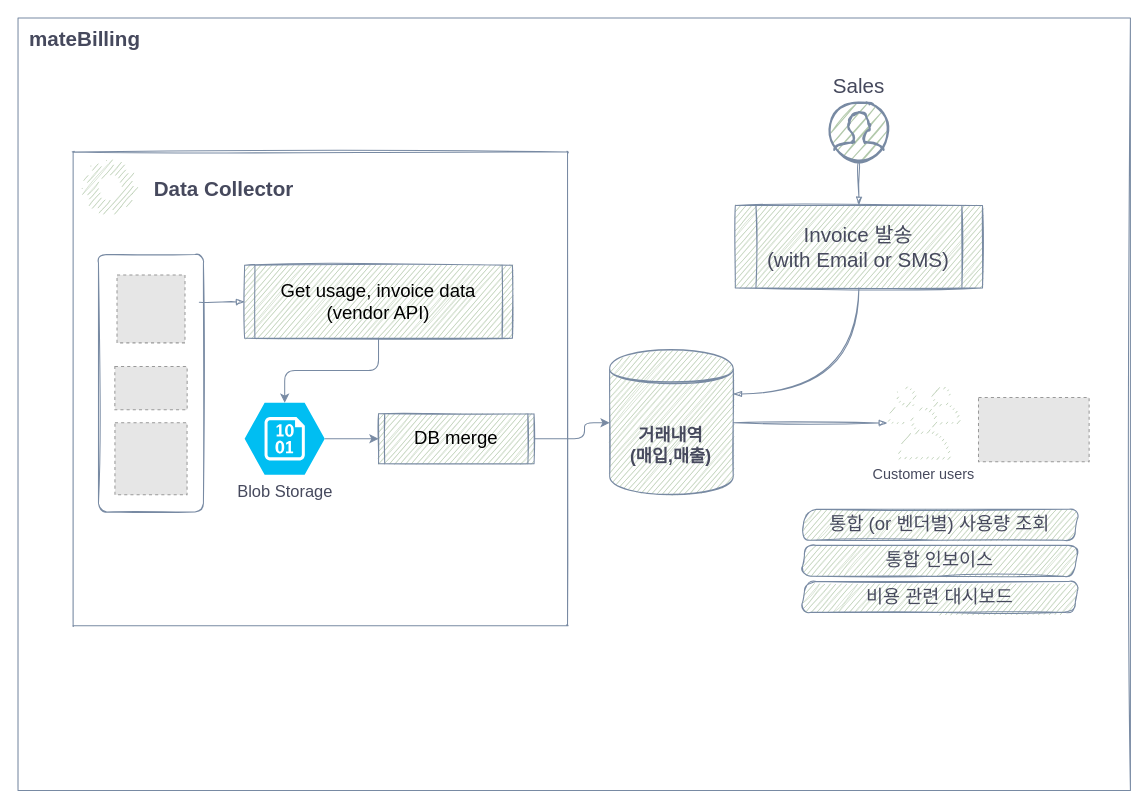
Earlier version of the draw.io diagram page "mateBilling" (3 of 4) of Project List.drawio (rokag3-gb/draw.io). Source tidied: cells renumbered, new cells numbered last; positions are measured from the earlier drawing's top-left corner, leaving out a move shared by most shapes. Both pictures are drawn from the tidied source at 103%, with x=0, y=0 at pixel (18, 18). Pictures stored in the file or linked from it are replaced by grey dashed boxes.
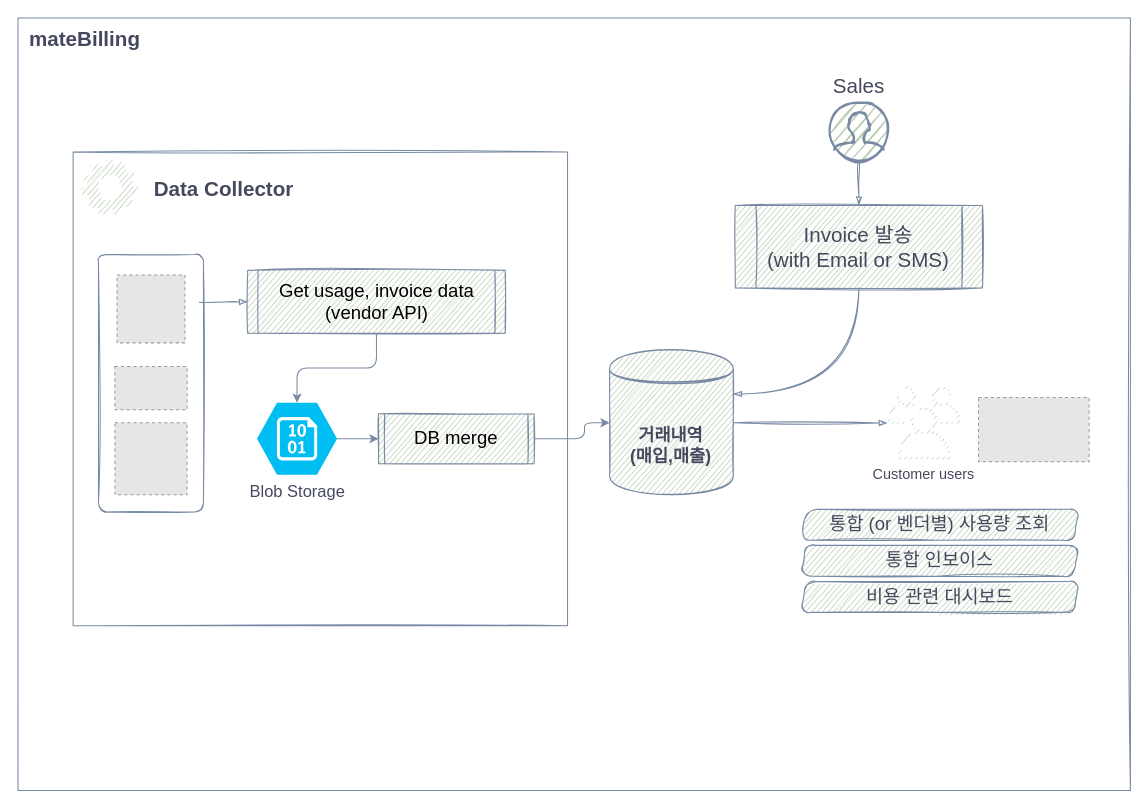
Above is the later version.

Diff of the diagram source:
```diff
@@
-    <mxCell id="15" style="rounded=1;whiteSpace=wrap;html=1;fontSize=20;arcSize=0;fillColor=none;strokeColor=#788AA3;fontColor=#46495D;sketch=1;" parent="1" vertex="1">
+    <mxCell id="15" style="rounded=0;whiteSpace=wrap;html=1;fontSize=20;arcSize=0;fillColor=none;strokeColor=#788AA3;fontColor=#46495D;sketch=1;" parent="1" vertex="1">
       <mxGeometry x="53.5" y="130" width="480" height="460" as="geometry" />
     </mxCell>
@@
     <mxCell id="18" value="&lt;span style=&quot;font-size: 18px;&quot;&gt;Get usage, invoice data&lt;/span&gt;&lt;br style=&quot;font-size: 18px;&quot;&gt;&lt;span style=&quot;font-size: 18px;&quot;&gt;(vendor API)&lt;/span&gt;" style="shape=process;whiteSpace=wrap;html=1;backgroundOutline=1;fontSize=18;size=0.038461538461538464;fillColor=#B2C9AB;strokeColor=#788AA3;fontColor=default;sketch=1;labelBackgroundColor=none;" parent="1" vertex="1">
-      <mxGeometry x="220" y="240" width="260" height="71" as="geometry" />
+      <mxGeometry x="223" y="245" width="250" height="61" as="geometry" />
     </mxCell>
@@
     <mxCell id="23" value="Blob Storage" style="verticalLabelPosition=bottom;html=1;verticalAlign=top;align=center;strokeColor=none;fillColor=#00BEF2;shape=mxgraph.azure.storage_blob;rounded=0;shadow=0;dashed=1;dashPattern=1 4;labelBackgroundColor=none;labelBorderColor=none;sketch=0;fillStyle=auto;fontColor=#46495D;fontSize=16;" parent="1" vertex="1">
-      <mxGeometry x="220" y="373.5" width="77.8" height="70" as="geometry" />
+      <mxGeometry x="232" y="373.5" width="77.8" height="70" as="geometry" />
     </mxCell>
```
